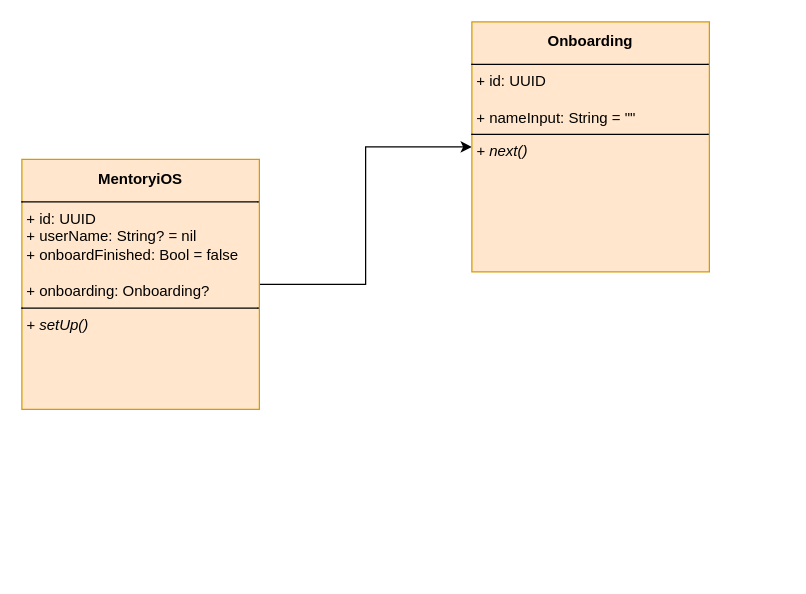
mandooplz/mentory keeps this draw.io diagram as mentory.drawio. Above is the earlier version. Source tidied: cells renumbered, new cells numbered last; positions are measured from the earlier drawing's top-left corner, leaving out a move shared by most shapes. Both pictures are drawn from the tidied source at 125%, with x=0, y=0 at pixel (21, 21).
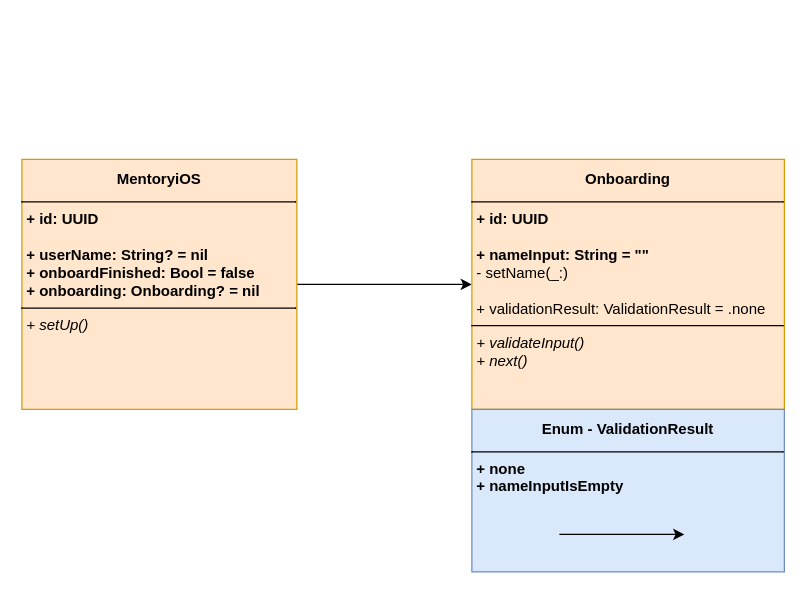
Above is the later version.

Commit message:
[CHORE] drawio 다이어그램 업데이트

Diff of the diagram source:
```diff
@@
 <mxGraphModel>
   <root>
     <mxCell id="0" />
     <mxCell id="1" parent="0" />
     <mxCell id="2" style="edgeStyle=orthogonalEdgeStyle;rounded=0;jettySize=auto;html=1;entryX=0;entryY=0.5;entryDx=0;entryDy=0;" parent="1" edge="1" source="3" target="4">
       <mxGeometry relative="1" as="geometry" />
     </mxCell>
-    <mxCell id="3" value="&lt;p style=&quot;margin: 4px 0px 0px; text-align: center; line-height: 200%;&quot;&gt;&lt;b&gt;MentoryiOS&lt;/b&gt;&lt;/p&gt;&lt;hr size=&quot;1&quot; style=&quot;border-style:solid;&quot;&gt;&lt;p style=&quot;margin:0px;margin-left:4px;&quot;&gt;+ id: UUID&lt;/p&gt;&lt;p style=&quot;margin:0px;margin-left:4px;&quot;&gt;+ userName: String? = nil&lt;/p&gt;&lt;p style=&quot;margin:0px;margin-left:4px;&quot;&gt;+&amp;nbsp;&lt;span style=&quot;background-color: transparent; color: light-dark(rgb(0, 0, 0), rgb(255, 255, 255));&quot;&gt;onboardFinished: Bool = false&lt;/span&gt;&lt;/p&gt;&lt;p style=&quot;margin:0px;margin-left:4px;&quot;&gt;&lt;br&gt;+ onboarding: Onboarding?&lt;/p&gt;&lt;hr size=&quot;1&quot; style=&quot;border-style:solid;&quot;&gt;&lt;p style=&quot;margin:0px;margin-left:4px;&quot;&gt;&lt;i&gt;+ setUp()&lt;/i&gt;&lt;/p&gt;" style="verticalAlign=top;align=left;overflow=fill;html=1;whiteSpace=wrap;fillColor=#ffe6cc;strokeColor=#d79b00;" parent="1" vertex="1">
-      <mxGeometry y="110" width="190" height="200" as="geometry" />
+    <mxCell id="3" value="&lt;p style=&quot;margin: 4px 0px 0px; text-align: center; line-height: 200%;&quot;&gt;&lt;b&gt;MentoryiOS&lt;/b&gt;&lt;/p&gt;&lt;hr size=&quot;1&quot; style=&quot;border-style:solid;&quot;&gt;&lt;p style=&quot;margin:0px;margin-left:4px;&quot;&gt;&lt;b&gt;+ id: UUID&lt;/b&gt;&lt;/p&gt;&lt;p style=&quot;margin:0px;margin-left:4px;&quot;&gt;&lt;br&gt;&lt;/p&gt;&lt;p style=&quot;margin:0px;margin-left:4px;&quot;&gt;&lt;b&gt;+ userName: String? = nil&lt;/b&gt;&lt;/p&gt;&lt;p style=&quot;margin:0px;margin-left:4px;&quot;&gt;&lt;b&gt;+&amp;nbsp;&lt;span style=&quot;background-color: transparent; color: light-dark(rgb(0, 0, 0), rgb(255, 255, 255));&quot;&gt;onboardFinished: Bool = false&lt;/span&gt;&lt;/b&gt;&lt;/p&gt;&lt;p style=&quot;margin:0px;margin-left:4px;&quot;&gt;&lt;b&gt;+ onboarding: Onboarding? = nil&lt;/b&gt;&lt;/p&gt;&lt;hr size=&quot;1&quot; style=&quot;border-style:solid;&quot;&gt;&lt;p style=&quot;margin:0px;margin-left:4px;&quot;&gt;&lt;i&gt;+ setUp()&lt;/i&gt;&lt;/p&gt;" style="verticalAlign=top;align=left;overflow=fill;html=1;whiteSpace=wrap;fillColor=#ffe6cc;strokeColor=#d79b00;" parent="1" vertex="1">
+      <mxGeometry y="110" width="220" height="200" as="geometry" />
     </mxCell>
-    <mxCell id="4" value="&lt;p style=&quot;margin: 4px 0px 0px; text-align: center; line-height: 200%;&quot;&gt;&lt;b&gt;Onboarding&lt;/b&gt;&lt;/p&gt;&lt;hr size=&quot;1&quot; style=&quot;border-style:solid;&quot;&gt;&lt;p style=&quot;margin:0px;margin-left:4px;&quot;&gt;+ id: UUID&lt;/p&gt;&lt;p style=&quot;margin:0px;margin-left:4px;&quot;&gt;&lt;br&gt;+ nameInput: String = &quot;&quot;&lt;/p&gt;&lt;hr size=&quot;1&quot; style=&quot;border-style:solid;&quot;&gt;&lt;p style=&quot;margin:0px;margin-left:4px;&quot;&gt;&lt;i&gt;+ next()&lt;/i&gt;&lt;/p&gt;" style="verticalAlign=top;align=left;overflow=fill;html=1;whiteSpace=wrap;fillColor=#ffe6cc;strokeColor=#d79b00;" parent="1" vertex="1">
-      <mxGeometry x="360" width="190" height="200" as="geometry" />
+    <mxCell id="4" value="&lt;p style=&quot;margin: 4px 0px 0px; text-align: center; line-height: 200%;&quot;&gt;&lt;b&gt;Onboarding&lt;/b&gt;&lt;/p&gt;&lt;hr size=&quot;1&quot; style=&quot;border-style:solid;&quot;&gt;&lt;p style=&quot;margin:0px;margin-left:4px;&quot;&gt;&lt;b&gt;+ id: UUID&lt;/b&gt;&lt;/p&gt;&lt;p style=&quot;margin:0px;margin-left:4px;&quot;&gt;&lt;br&gt;&lt;b&gt;+ nameInput: String = &quot;&quot;&lt;/b&gt;&lt;/p&gt;&lt;p style=&quot;margin:0px;margin-left:4px;&quot;&gt;- setName(_:)&lt;/p&gt;&lt;p style=&quot;margin:0px;margin-left:4px;&quot;&gt;&lt;br&gt;&lt;/p&gt;&lt;p style=&quot;margin:0px;margin-left:4px;&quot;&gt;+ validationResult: ValidationResult = .none&lt;/p&gt;&lt;hr size=&quot;1&quot; style=&quot;border-style:solid;&quot;&gt;&lt;p style=&quot;margin:0px;margin-left:4px;&quot;&gt;&lt;i&gt;+ validateInput()&lt;/i&gt;&lt;/p&gt;&lt;p style=&quot;margin:0px;margin-left:4px;&quot;&gt;&lt;i&gt;+ next()&lt;/i&gt;&lt;/p&gt;&lt;p style=&quot;margin:0px;margin-left:4px;&quot;&gt;&lt;i&gt;&lt;br&gt;&lt;/i&gt;&lt;/p&gt;&lt;p style=&quot;margin:0px;margin-left:4px;&quot;&gt;&lt;i&gt;&lt;br&gt;&lt;/i&gt;&lt;/p&gt;" style="verticalAlign=top;align=left;overflow=fill;html=1;whiteSpace=wrap;fillColor=#ffe6cc;strokeColor=#d79b00;" parent="1" vertex="1">
+      <mxGeometry x="360" y="110" width="250" height="200" as="geometry" />
     </mxCell>
+    <mxCell id="5" value="&lt;p style=&quot;margin: 4px 0px 0px; text-align: center; line-height: 200%;&quot;&gt;&lt;b&gt;Enum - ValidationResult&lt;/b&gt;&lt;/p&gt;&lt;hr size=&quot;1&quot; style=&quot;border-style:solid;&quot;&gt;&lt;p style=&quot;margin:0px;margin-left:4px;&quot;&gt;&lt;b&gt;+ none&lt;/b&gt;&lt;/p&gt;&lt;p style=&quot;margin:0px;margin-left:4px;&quot;&gt;&lt;b&gt;+ nameInputIsEmpty&lt;/b&gt;&lt;/p&gt;" style="verticalAlign=top;align=left;overflow=fill;html=1;whiteSpace=wrap;fillColor=#dae8fc;strokeColor=#6c8ebf;" parent="1" vertex="1">
+      <mxGeometry x="360" y="310" width="250" height="130" as="geometry" />
+    </mxCell>
+    <mxCell id="6" style="edgeStyle=none;orthogonalLoop=1;jettySize=auto;html=1;rounded=0;" parent="1" edge="1">
+      <mxGeometry relative="1" as="geometry">
+        <mxPoint x="430" y="410" as="sourcePoint" />
+        <mxPoint x="530" y="410" as="targetPoint" />
+      </mxGeometry>
+    </mxCell>
   </root>
 </mxGraphModel>
```
